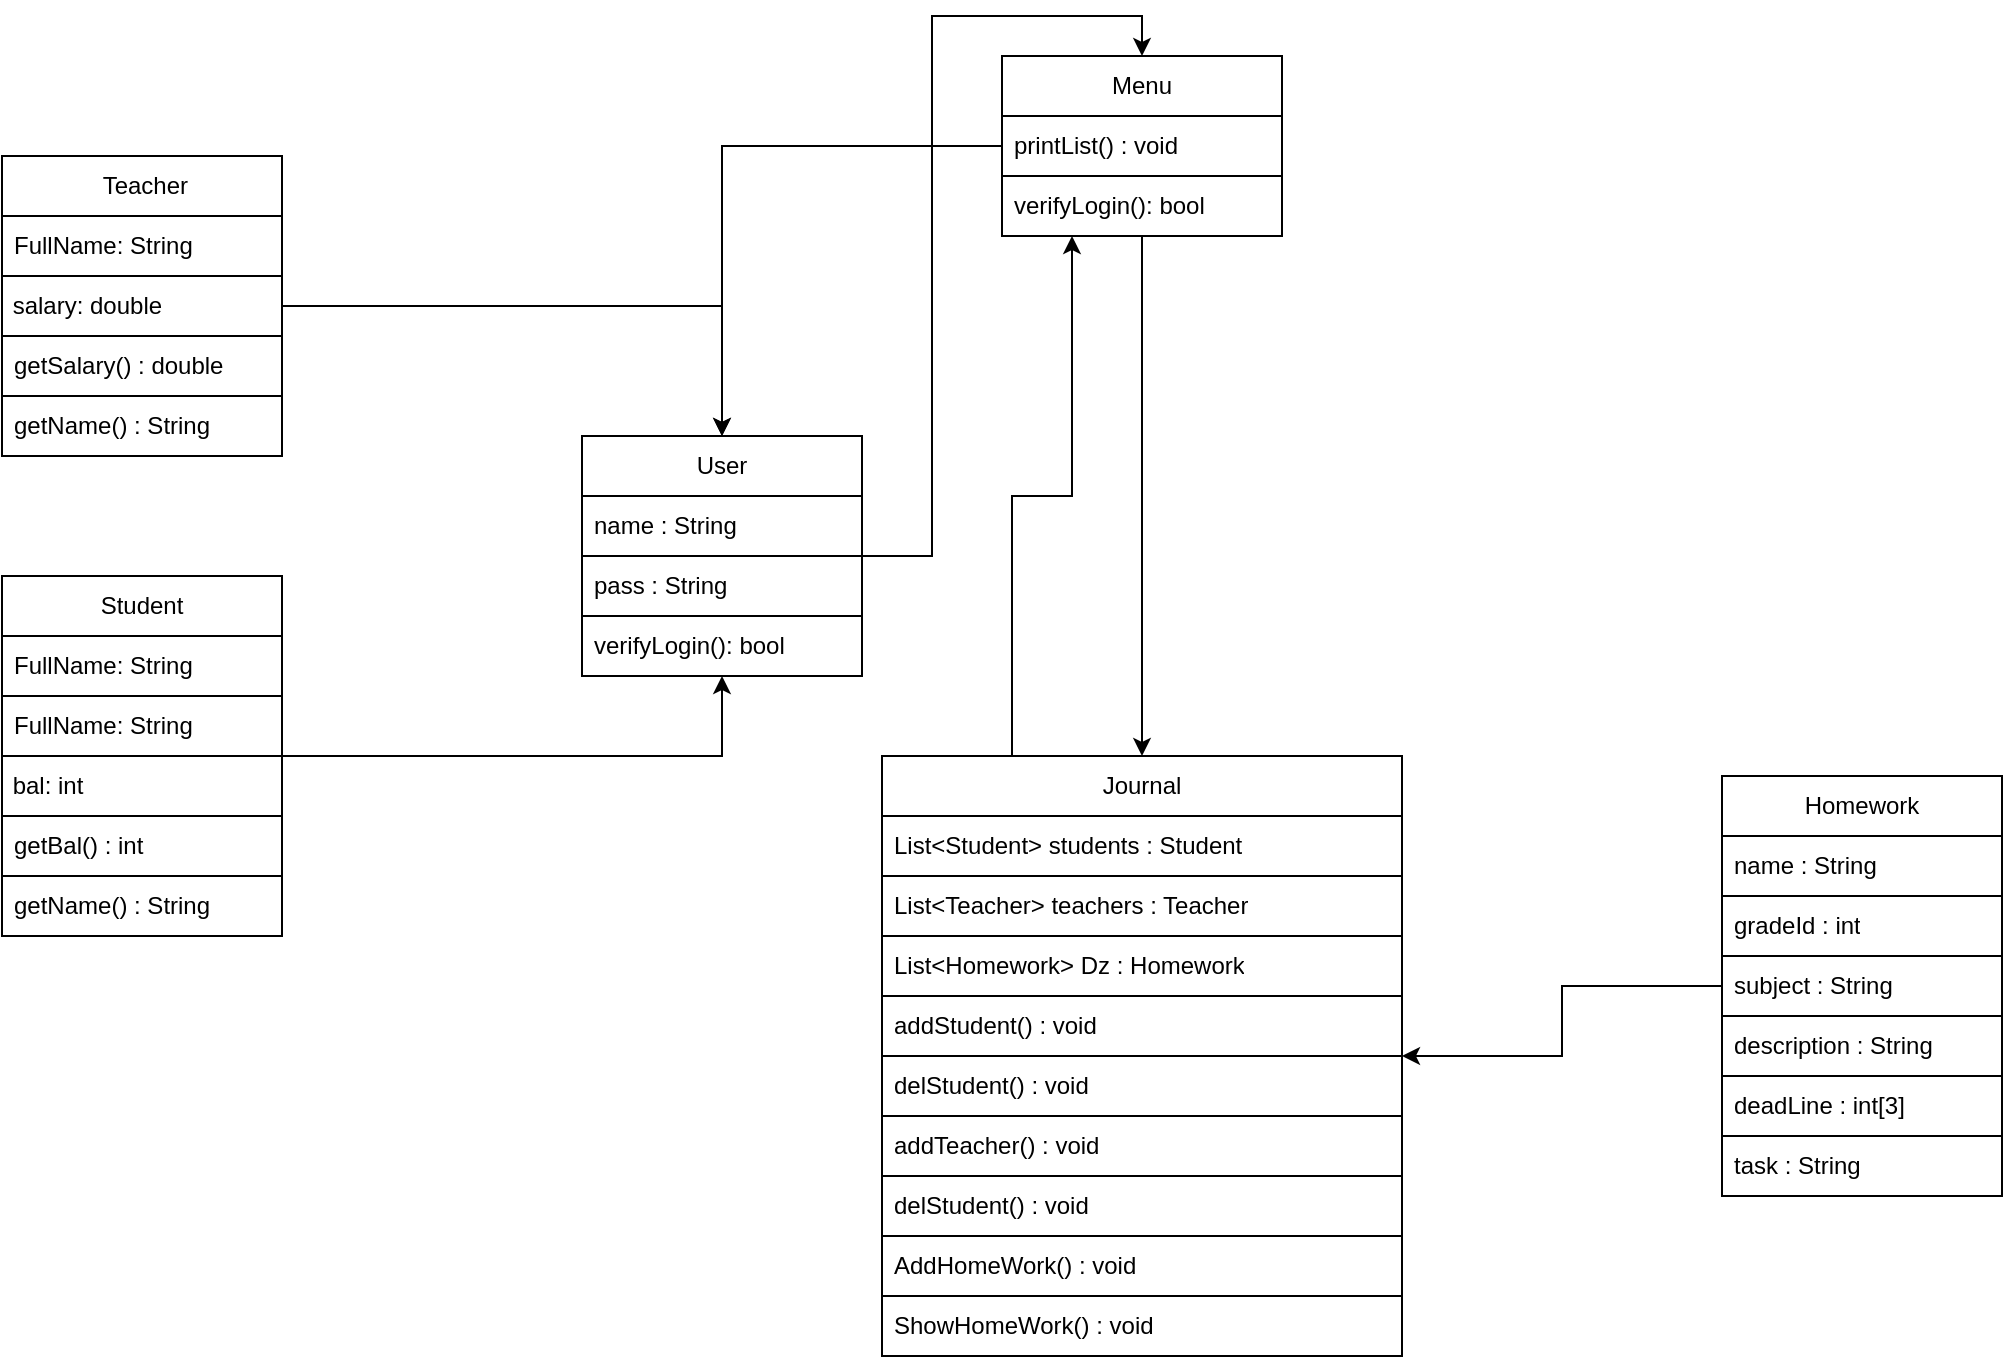
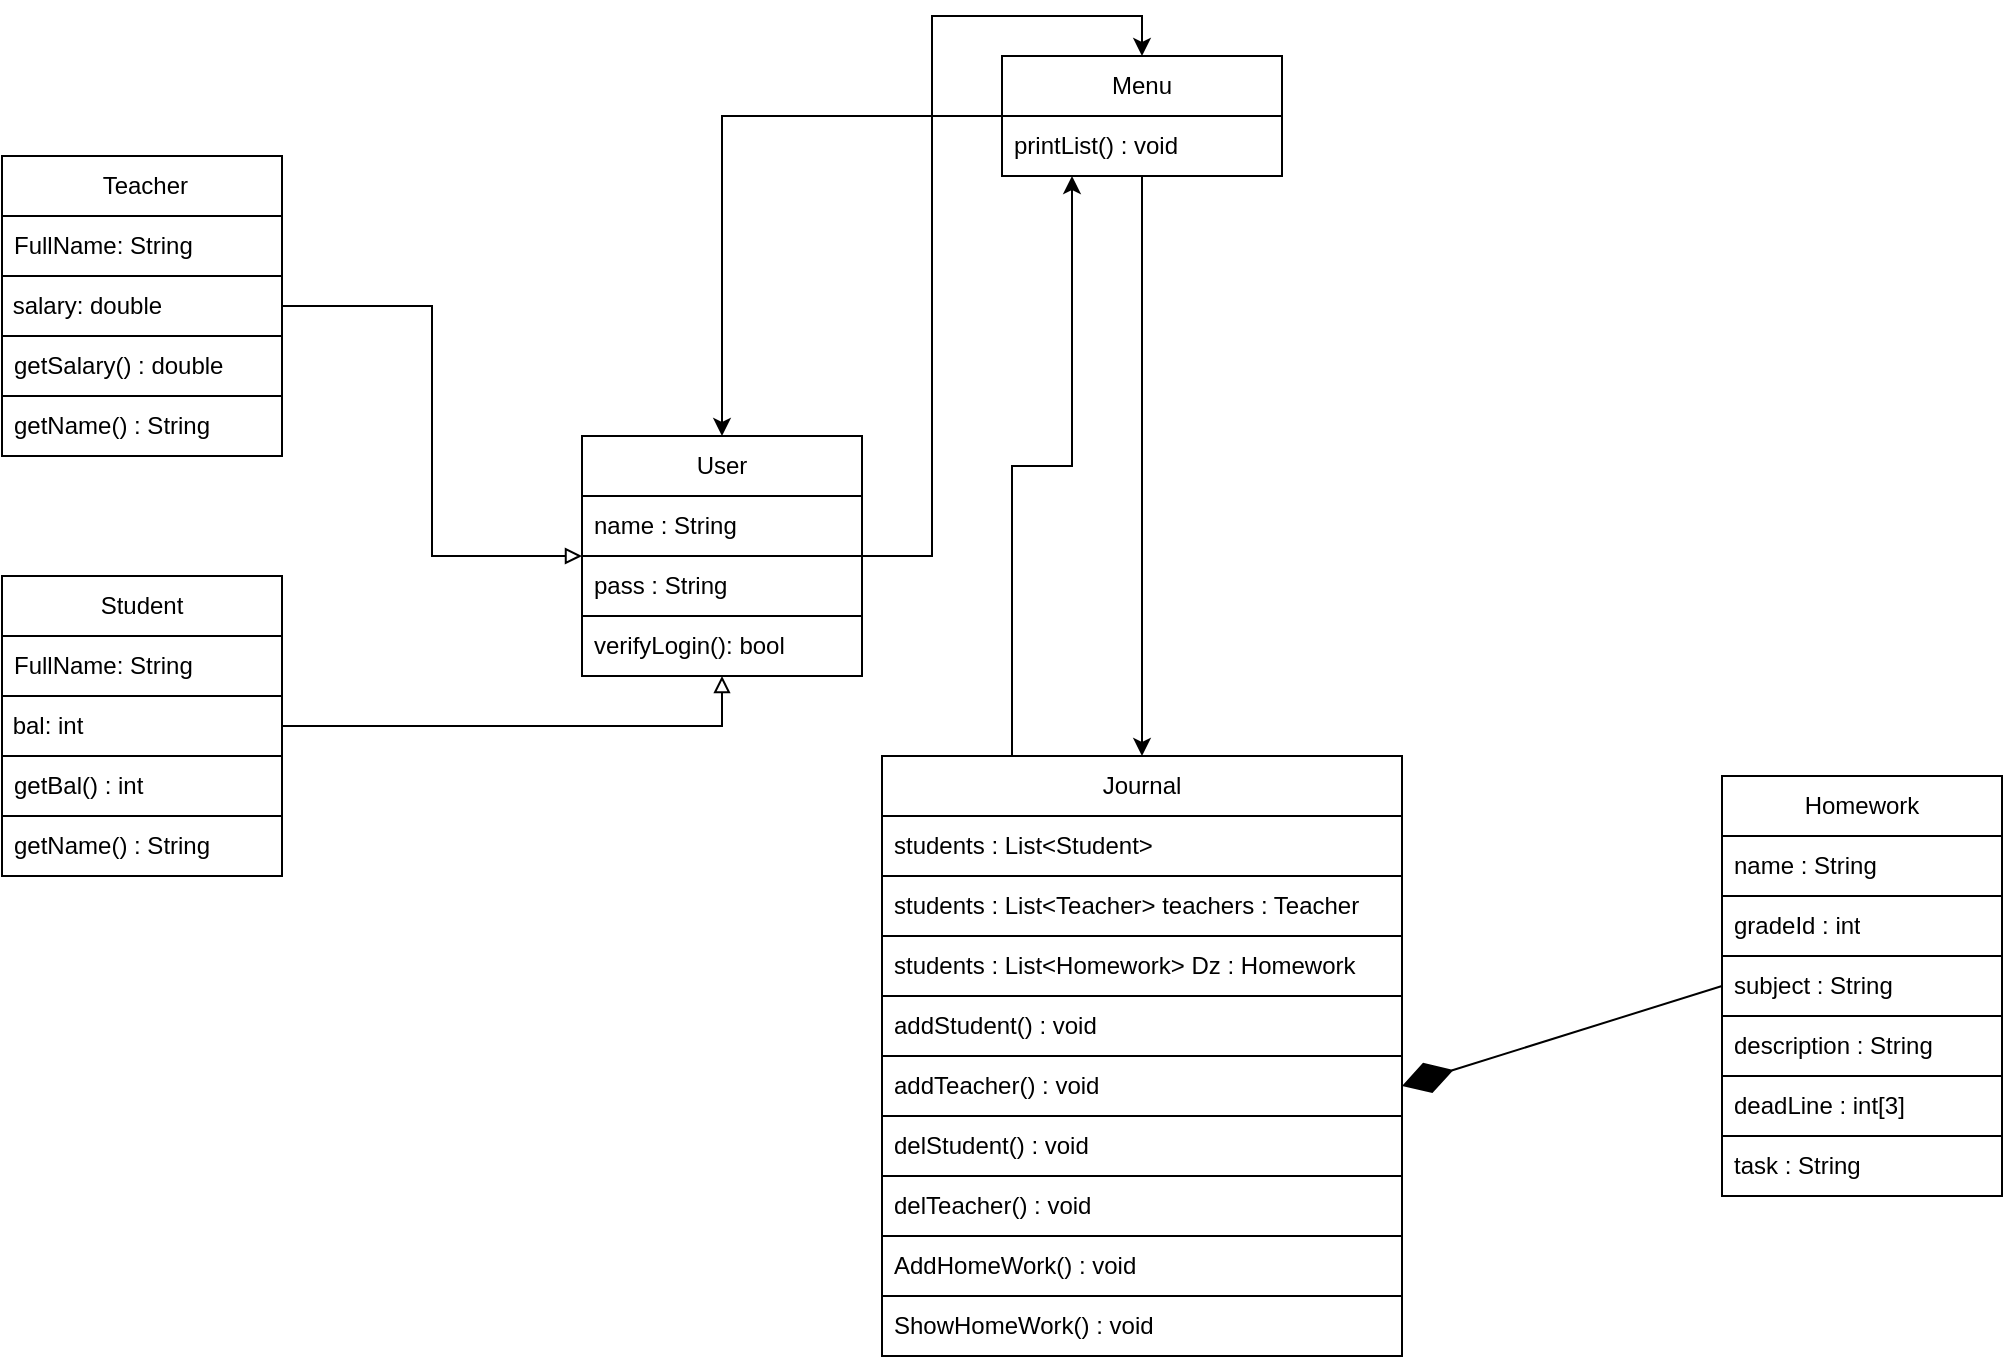
<mxfile host="app.diagrams.net" agent="Mozilla/5.0 (Windows NT 10.0; Win64; x64) AppleWebKit/537.36 (KHTML, like Gecko) Chrome/144.0.0.0 YaBrowser/26.3.0.0 Safari/537.36">
  <diagram name="Страница-1" id="uxawxyVBlgbyIQM6ajeT">
-     <mxGraphModel dx="1285" dy="720" grid="1" gridSize="10" guides="1" tooltips="1" connect="1" arrows="1" fold="1" page="1" pageScale="1" pageWidth="700" pageHeight="1000" math="0" shadow="0">
+     <mxGraphModel dx="1414" dy="751" grid="1" gridSize="10" guides="1" tooltips="1" connect="1" arrows="1" fold="1" page="1" pageScale="1" pageWidth="700" pageHeight="1000" math="0" shadow="0">
      <root>
        <mxCell id="0" />
        <mxCell id="1" parent="0" />
-         <mxCell id="8Yin8r3933yuqEZvRl84-29" edge="1" parent="1" source="GCuz6E3EBiHqZI_xGS0Z-3" style="edgeStyle=orthogonalEdgeStyle;rounded=0;orthogonalLoop=1;jettySize=auto;html=1;entryX=0.5;entryY=1;entryDx=0;entryDy=0;" target="GCuz6E3EBiHqZI_xGS0Z-32">
-           <mxGeometry relative="1" as="geometry" />
-         </mxCell>
        <mxCell id="GCuz6E3EBiHqZI_xGS0Z-3" parent="1" style="swimlane;fontStyle=0;childLayout=stackLayout;horizontal=1;startSize=30;horizontalStack=0;resizeParent=1;resizeParentMax=0;resizeLast=0;collapsible=1;marginBottom=0;whiteSpace=wrap;html=1;" value="Student" vertex="1">
-           <mxGeometry height="180" width="140" x="20" y="340" as="geometry">
+           <mxGeometry height="150" width="140" x="20" y="340" as="geometry">
            <mxRectangle height="30" width="90" x="370" y="200" as="alternateBounds" />
          </mxGeometry>
        </mxCell>
        <mxCell id="GCuz6E3EBiHqZI_xGS0Z-5" parent="GCuz6E3EBiHqZI_xGS0Z-3" style="text;strokeColor=default;fillColor=default;align=left;verticalAlign=middle;spacingLeft=4;spacingRight=4;overflow=hidden;points=[[0,0.5],[1,0.5]];portConstraint=eastwest;rotatable=0;whiteSpace=wrap;html=1;" value="FullName: String" vertex="1">
          <mxGeometry height="30" width="140" y="30" as="geometry" />
        </mxCell>
-         <mxCell id="8Yin8r3933yuqEZvRl84-34" parent="GCuz6E3EBiHqZI_xGS0Z-3" style="text;strokeColor=default;fillColor=default;align=left;verticalAlign=middle;spacingLeft=4;spacingRight=4;overflow=hidden;points=[[0,0.5],[1,0.5]];portConstraint=eastwest;rotatable=0;whiteSpace=wrap;html=1;" value="FullName: String" vertex="1">
+         <mxCell id="GCuz6E3EBiHqZI_xGS0Z-7" parent="GCuz6E3EBiHqZI_xGS0Z-3" style="text;html=1;whiteSpace=wrap;strokeColor=default;fillColor=default;align=left;verticalAlign=middle;rounded=0;" value="&lt;span style=&quot;&quot;&gt;&amp;nbsp;bal: int&lt;/span&gt;" vertex="1">
          <mxGeometry height="30" width="140" y="60" as="geometry" />
        </mxCell>
-         <mxCell id="GCuz6E3EBiHqZI_xGS0Z-7" parent="GCuz6E3EBiHqZI_xGS0Z-3" style="text;html=1;whiteSpace=wrap;strokeColor=default;fillColor=default;align=left;verticalAlign=middle;rounded=0;" value="&lt;span style=&quot;&quot;&gt;&amp;nbsp;bal: int&lt;/span&gt;" vertex="1">
+         <mxCell id="GCuz6E3EBiHqZI_xGS0Z-4" parent="GCuz6E3EBiHqZI_xGS0Z-3" style="text;strokeColor=default;fillColor=default;align=left;verticalAlign=middle;spacingLeft=4;spacingRight=4;overflow=hidden;points=[[0,0.5],[1,0.5]];portConstraint=eastwest;rotatable=0;whiteSpace=wrap;html=1;" value="getBal() : int" vertex="1">
          <mxGeometry height="30" width="140" y="90" as="geometry" />
        </mxCell>
-         <mxCell id="GCuz6E3EBiHqZI_xGS0Z-4" parent="GCuz6E3EBiHqZI_xGS0Z-3" style="text;strokeColor=default;fillColor=default;align=left;verticalAlign=middle;spacingLeft=4;spacingRight=4;overflow=hidden;points=[[0,0.5],[1,0.5]];portConstraint=eastwest;rotatable=0;whiteSpace=wrap;html=1;" value="getBal() : int" vertex="1">
+         <mxCell id="GCuz6E3EBiHqZI_xGS0Z-6" parent="GCuz6E3EBiHqZI_xGS0Z-3" style="text;strokeColor=default;fillColor=default;align=left;verticalAlign=middle;spacingLeft=4;spacingRight=4;overflow=hidden;points=[[0,0.5],[1,0.5]];portConstraint=eastwest;rotatable=0;whiteSpace=wrap;html=1;" value="getName() : String" vertex="1">
          <mxGeometry height="30" width="140" y="120" as="geometry" />
-         </mxCell>
-         <mxCell id="GCuz6E3EBiHqZI_xGS0Z-6" parent="GCuz6E3EBiHqZI_xGS0Z-3" style="text;strokeColor=default;fillColor=default;align=left;verticalAlign=middle;spacingLeft=4;spacingRight=4;overflow=hidden;points=[[0,0.5],[1,0.5]];portConstraint=eastwest;rotatable=0;whiteSpace=wrap;html=1;" value="getName() : String" vertex="1">
-           <mxGeometry height="30" width="140" y="150" as="geometry" />
        </mxCell>
        <mxCell id="8Yin8r3933yuqEZvRl84-43" edge="1" parent="1" source="GCuz6E3EBiHqZI_xGS0Z-8" style="edgeStyle=orthogonalEdgeStyle;rounded=0;orthogonalLoop=1;jettySize=auto;html=1;exitX=0.25;exitY=0;exitDx=0;exitDy=0;entryX=0.25;entryY=1;entryDx=0;entryDy=0;" target="GCuz6E3EBiHqZI_xGS0Z-16">
          <mxGeometry relative="1" as="geometry" />
        </mxCell>
        <mxCell id="GCuz6E3EBiHqZI_xGS0Z-8" parent="1" style="swimlane;fontStyle=0;childLayout=stackLayout;horizontal=1;startSize=30;horizontalStack=0;resizeParent=1;resizeParentMax=0;resizeLast=0;collapsible=1;marginBottom=0;whiteSpace=wrap;html=1;" value="Journal" vertex="1">
          <mxGeometry height="300" width="260" x="460" y="430" as="geometry" />
        </mxCell>
-         <mxCell id="GCuz6E3EBiHqZI_xGS0Z-9" parent="GCuz6E3EBiHqZI_xGS0Z-8" style="text;align=left;verticalAlign=middle;spacingLeft=4;spacingRight=4;overflow=hidden;points=[[0,0.5],[1,0.5]];portConstraint=eastwest;rotatable=0;whiteSpace=wrap;html=1;fillColor=default;strokeColor=default;" value="List&amp;lt;Student&amp;gt; students : Student" vertex="1">
+         <mxCell id="GCuz6E3EBiHqZI_xGS0Z-9" parent="GCuz6E3EBiHqZI_xGS0Z-8" style="text;align=left;verticalAlign=middle;spacingLeft=4;spacingRight=4;overflow=hidden;points=[[0,0.5],[1,0.5]];portConstraint=eastwest;rotatable=0;whiteSpace=wrap;html=1;fillColor=default;strokeColor=default;" value="students : List&amp;lt;Student&amp;gt;" vertex="1">
          <mxGeometry height="30" width="260" y="30" as="geometry" />
        </mxCell>
-         <mxCell id="8Yin8r3933yuqEZvRl84-10" parent="GCuz6E3EBiHqZI_xGS0Z-8" style="text;align=left;verticalAlign=middle;spacingLeft=4;spacingRight=4;overflow=hidden;points=[[0,0.5],[1,0.5]];portConstraint=eastwest;rotatable=0;whiteSpace=wrap;html=1;fillColor=default;strokeColor=default;" value="List&amp;lt;Teacher&amp;gt; teachers : Teacher" vertex="1">
+         <mxCell id="8Yin8r3933yuqEZvRl84-10" parent="GCuz6E3EBiHqZI_xGS0Z-8" style="text;align=left;verticalAlign=middle;spacingLeft=4;spacingRight=4;overflow=hidden;points=[[0,0.5],[1,0.5]];portConstraint=eastwest;rotatable=0;whiteSpace=wrap;html=1;fillColor=default;strokeColor=default;" value="students : List&amp;lt;Teacher&amp;gt; teachers : Teacher" vertex="1">
          <mxGeometry height="30" width="260" y="60" as="geometry" />
        </mxCell>
-         <mxCell id="8Yin8r3933yuqEZvRl84-49" parent="GCuz6E3EBiHqZI_xGS0Z-8" style="text;align=left;verticalAlign=middle;spacingLeft=4;spacingRight=4;overflow=hidden;points=[[0,0.5],[1,0.5]];portConstraint=eastwest;rotatable=0;whiteSpace=wrap;html=1;fillColor=default;strokeColor=default;" value="List&amp;lt;Homework&amp;gt; Dz : Homework" vertex="1">
+         <mxCell id="8Yin8r3933yuqEZvRl84-49" parent="GCuz6E3EBiHqZI_xGS0Z-8" style="text;align=left;verticalAlign=middle;spacingLeft=4;spacingRight=4;overflow=hidden;points=[[0,0.5],[1,0.5]];portConstraint=eastwest;rotatable=0;whiteSpace=wrap;html=1;fillColor=default;strokeColor=default;" value="students : List&amp;lt;Homework&amp;gt; Dz : Homework" vertex="1">
          <mxGeometry height="30" width="260" y="90" as="geometry" />
        </mxCell>
        <mxCell id="GCuz6E3EBiHqZI_xGS0Z-10" parent="GCuz6E3EBiHqZI_xGS0Z-8" style="text;strokeColor=default;fillColor=default;align=left;verticalAlign=middle;spacingLeft=4;spacingRight=4;overflow=hidden;points=[[0,0.5],[1,0.5]];portConstraint=eastwest;rotatable=0;whiteSpace=wrap;html=1;gradientColor=none;rounded=0;glass=0;shadow=0;strokeWidth=1;" value="addStudent() : void" vertex="1">
          <mxGeometry height="30" width="260" y="120" as="geometry" />
        </mxCell>
-         <mxCell id="GCuz6E3EBiHqZI_xGS0Z-11" parent="GCuz6E3EBiHqZI_xGS0Z-8" style="text;align=left;verticalAlign=middle;spacingLeft=4;spacingRight=4;overflow=hidden;points=[[0,0.5],[1,0.5]];portConstraint=eastwest;rotatable=0;whiteSpace=wrap;html=1;fillColor=default;strokeColor=default;" value="delStudent() : void" vertex="1">
+         <mxCell id="GCuz6E3EBiHqZI_xGS0Z-28" parent="GCuz6E3EBiHqZI_xGS0Z-8" style="text;strokeColor=default;fillColor=default;align=left;verticalAlign=middle;spacingLeft=4;spacingRight=4;overflow=hidden;points=[[0,0.5],[1,0.5]];portConstraint=eastwest;rotatable=0;whiteSpace=wrap;html=1;gradientColor=none;rounded=0;glass=0;shadow=0;strokeWidth=1;" value="addTeacher() : void" vertex="1">
          <mxGeometry height="30" width="260" y="150" as="geometry" />
        </mxCell>
-         <mxCell id="GCuz6E3EBiHqZI_xGS0Z-28" parent="GCuz6E3EBiHqZI_xGS0Z-8" style="text;strokeColor=default;fillColor=default;align=left;verticalAlign=middle;spacingLeft=4;spacingRight=4;overflow=hidden;points=[[0,0.5],[1,0.5]];portConstraint=eastwest;rotatable=0;whiteSpace=wrap;html=1;gradientColor=none;rounded=0;glass=0;shadow=0;strokeWidth=1;" value="addTeacher() : void" vertex="1">
+         <mxCell id="GCuz6E3EBiHqZI_xGS0Z-11" parent="GCuz6E3EBiHqZI_xGS0Z-8" style="text;align=left;verticalAlign=middle;spacingLeft=4;spacingRight=4;overflow=hidden;points=[[0,0.5],[1,0.5]];portConstraint=eastwest;rotatable=0;whiteSpace=wrap;html=1;fillColor=default;strokeColor=default;" value="delStudent() : void" vertex="1">
          <mxGeometry height="30" width="260" y="180" as="geometry" />
        </mxCell>
-         <mxCell id="GCuz6E3EBiHqZI_xGS0Z-29" parent="GCuz6E3EBiHqZI_xGS0Z-8" style="text;align=left;verticalAlign=middle;spacingLeft=4;spacingRight=4;overflow=hidden;points=[[0,0.5],[1,0.5]];portConstraint=eastwest;rotatable=0;whiteSpace=wrap;html=1;fillColor=default;strokeColor=default;" value="delStudent() : void" vertex="1">
+         <mxCell id="GCuz6E3EBiHqZI_xGS0Z-29" parent="GCuz6E3EBiHqZI_xGS0Z-8" style="text;align=left;verticalAlign=middle;spacingLeft=4;spacingRight=4;overflow=hidden;points=[[0,0.5],[1,0.5]];portConstraint=eastwest;rotatable=0;whiteSpace=wrap;html=1;fillColor=default;strokeColor=default;" value="delTeacher() : void" vertex="1">
          <mxGeometry height="30" width="260" y="210" as="geometry" />
        </mxCell>
        <mxCell id="8Yin8r3933yuqEZvRl84-33" parent="GCuz6E3EBiHqZI_xGS0Z-8" style="text;strokeColor=default;fillColor=default;align=left;verticalAlign=middle;spacingLeft=4;spacingRight=4;overflow=hidden;points=[[0,0.5],[1,0.5]];portConstraint=eastwest;rotatable=0;whiteSpace=wrap;html=1;" value="AddHomeWork() : void" vertex="1">
          <mxGeometry height="30" width="260" y="240" as="geometry" />
        </mxCell>
        <mxCell id="GCuz6E3EBiHqZI_xGS0Z-19" parent="GCuz6E3EBiHqZI_xGS0Z-8" style="text;strokeColor=default;fillColor=default;align=left;verticalAlign=middle;spacingLeft=4;spacingRight=4;overflow=hidden;points=[[0,0.5],[1,0.5]];portConstraint=eastwest;rotatable=0;whiteSpace=wrap;html=1;" value="ShowHomeWork() : void" vertex="1">
          <mxGeometry height="30" width="260" y="270" as="geometry" />
        </mxCell>
        <mxCell id="8Yin8r3933yuqEZvRl84-32" edge="1" parent="1" source="GCuz6E3EBiHqZI_xGS0Z-16" style="edgeStyle=orthogonalEdgeStyle;rounded=0;orthogonalLoop=1;jettySize=auto;html=1;entryX=0.5;entryY=0;entryDx=0;entryDy=0;" target="GCuz6E3EBiHqZI_xGS0Z-8">
          <mxGeometry relative="1" as="geometry" />
        </mxCell>
        <mxCell id="8Yin8r3933yuqEZvRl84-44" edge="1" parent="1" source="GCuz6E3EBiHqZI_xGS0Z-16" style="edgeStyle=orthogonalEdgeStyle;rounded=0;orthogonalLoop=1;jettySize=auto;html=1;entryX=0.5;entryY=0;entryDx=0;entryDy=0;" target="GCuz6E3EBiHqZI_xGS0Z-32">
          <mxGeometry relative="1" as="geometry" />
        </mxCell>
        <mxCell id="GCuz6E3EBiHqZI_xGS0Z-16" parent="1" style="swimlane;fontStyle=0;childLayout=stackLayout;horizontal=1;startSize=30;horizontalStack=0;resizeParent=1;resizeParentMax=0;resizeLast=0;collapsible=1;marginBottom=0;whiteSpace=wrap;html=1;" value="Menu" vertex="1">
-           <mxGeometry height="90" width="140" x="520" y="80" as="geometry" />
+           <mxGeometry height="60" width="140" x="520" y="80" as="geometry" />
        </mxCell>
        <mxCell id="GCuz6E3EBiHqZI_xGS0Z-17" parent="GCuz6E3EBiHqZI_xGS0Z-16" style="text;strokeColor=default;fillColor=default;align=left;verticalAlign=middle;spacingLeft=4;spacingRight=4;overflow=hidden;points=[[0,0.5],[1,0.5]];portConstraint=eastwest;rotatable=0;whiteSpace=wrap;html=1;" value="printList() : void" vertex="1">
          <mxGeometry height="30" width="140" y="30" as="geometry" />
-         </mxCell>
-         <mxCell id="GCuz6E3EBiHqZI_xGS0Z-18" parent="GCuz6E3EBiHqZI_xGS0Z-16" style="text;strokeColor=default;fillColor=default;align=left;verticalAlign=middle;spacingLeft=4;spacingRight=4;overflow=hidden;points=[[0,0.5],[1,0.5]];portConstraint=eastwest;rotatable=0;whiteSpace=wrap;html=1;" value="&lt;div&gt;&lt;span style=&quot;background-color: transparent; color: light-dark(rgb(0, 0, 0), rgb(255, 255, 255));&quot;&gt;verifyLogin(): bool&lt;/span&gt;&lt;/div&gt;" vertex="1">
-           <mxGeometry height="30" width="140" y="60" as="geometry" />
-         </mxCell>
-         <mxCell id="8Yin8r3933yuqEZvRl84-28" edge="1" parent="1" source="GCuz6E3EBiHqZI_xGS0Z-21" style="edgeStyle=orthogonalEdgeStyle;rounded=0;orthogonalLoop=1;jettySize=auto;html=1;entryX=0.5;entryY=0;entryDx=0;entryDy=0;" target="GCuz6E3EBiHqZI_xGS0Z-32">
-           <mxGeometry relative="1" as="geometry" />
        </mxCell>
        <mxCell id="GCuz6E3EBiHqZI_xGS0Z-21" parent="1" style="swimlane;fontStyle=0;childLayout=stackLayout;horizontal=1;startSize=30;horizontalStack=0;resizeParent=1;resizeParentMax=0;resizeLast=0;collapsible=1;marginBottom=0;whiteSpace=wrap;html=1;" value="&amp;nbsp;Teacher" vertex="1">
          <mxGeometry height="150" width="140" x="20" y="130" as="geometry">
            <mxRectangle height="30" width="90" x="370" y="200" as="alternateBounds" />
          </mxGeometry>
        </mxCell>
        <mxCell id="GCuz6E3EBiHqZI_xGS0Z-22" parent="GCuz6E3EBiHqZI_xGS0Z-21" style="text;strokeColor=default;fillColor=default;align=left;verticalAlign=middle;spacingLeft=4;spacingRight=4;overflow=hidden;points=[[0,0.5],[1,0.5]];portConstraint=eastwest;rotatable=0;whiteSpace=wrap;html=1;" value="FullName: String" vertex="1">
          <mxGeometry height="30" width="140" y="30" as="geometry" />
        </mxCell>
        <mxCell id="GCuz6E3EBiHqZI_xGS0Z-23" parent="GCuz6E3EBiHqZI_xGS0Z-21" style="text;html=1;whiteSpace=wrap;strokeColor=default;fillColor=default;align=left;verticalAlign=middle;rounded=0;" value="&lt;span style=&quot;&quot;&gt;&amp;nbsp;salary: double&lt;/span&gt;" vertex="1">
          <mxGeometry height="30" width="140" y="60" as="geometry" />
        </mxCell>
        <mxCell id="GCuz6E3EBiHqZI_xGS0Z-24" parent="GCuz6E3EBiHqZI_xGS0Z-21" style="text;strokeColor=default;fillColor=default;align=left;verticalAlign=middle;spacingLeft=4;spacingRight=4;overflow=hidden;points=[[0,0.5],[1,0.5]];portConstraint=eastwest;rotatable=0;whiteSpace=wrap;html=1;" value="getSalary() : double" vertex="1">
          <mxGeometry height="30" width="140" y="90" as="geometry" />
        </mxCell>
        <mxCell id="GCuz6E3EBiHqZI_xGS0Z-25" parent="GCuz6E3EBiHqZI_xGS0Z-21" style="text;strokeColor=default;fillColor=default;align=left;verticalAlign=middle;spacingLeft=4;spacingRight=4;overflow=hidden;points=[[0,0.5],[1,0.5]];portConstraint=eastwest;rotatable=0;whiteSpace=wrap;html=1;" value="getName() : String" vertex="1">
          <mxGeometry height="30" width="140" y="120" as="geometry" />
        </mxCell>
        <mxCell id="8Yin8r3933yuqEZvRl84-30" edge="1" parent="1" source="GCuz6E3EBiHqZI_xGS0Z-32" style="edgeStyle=orthogonalEdgeStyle;rounded=0;orthogonalLoop=1;jettySize=auto;html=1;entryX=0.5;entryY=0;entryDx=0;entryDy=0;" target="GCuz6E3EBiHqZI_xGS0Z-16">
          <mxGeometry relative="1" as="geometry" />
        </mxCell>
        <mxCell id="GCuz6E3EBiHqZI_xGS0Z-32" parent="1" style="swimlane;fontStyle=0;childLayout=stackLayout;horizontal=1;startSize=30;horizontalStack=0;resizeParent=1;resizeParentMax=0;resizeLast=0;collapsible=1;marginBottom=0;whiteSpace=wrap;html=1;" value="User" vertex="1">
          <mxGeometry height="120" width="140" x="310" y="270" as="geometry" />
        </mxCell>
        <mxCell id="GCuz6E3EBiHqZI_xGS0Z-33" parent="GCuz6E3EBiHqZI_xGS0Z-32" style="text;strokeColor=default;fillColor=default;align=left;verticalAlign=middle;spacingLeft=4;spacingRight=4;overflow=hidden;points=[[0,0.5],[1,0.5]];portConstraint=eastwest;rotatable=0;whiteSpace=wrap;html=1;" value="name : String" vertex="1">
          <mxGeometry height="30" width="140" y="30" as="geometry" />
        </mxCell>
        <mxCell id="GCuz6E3EBiHqZI_xGS0Z-34" parent="GCuz6E3EBiHqZI_xGS0Z-32" style="text;strokeColor=default;fillColor=default;align=left;verticalAlign=middle;spacingLeft=4;spacingRight=4;overflow=hidden;points=[[0,0.5],[1,0.5]];portConstraint=eastwest;rotatable=0;whiteSpace=wrap;html=1;" value="pass : String" vertex="1">
          <mxGeometry height="30" width="140" y="60" as="geometry" />
        </mxCell>
        <mxCell id="GCuz6E3EBiHqZI_xGS0Z-35" parent="GCuz6E3EBiHqZI_xGS0Z-32" style="text;strokeColor=default;fillColor=default;align=left;verticalAlign=middle;spacingLeft=4;spacingRight=4;overflow=hidden;points=[[0,0.5],[1,0.5]];portConstraint=eastwest;rotatable=0;whiteSpace=wrap;html=1;" value="verifyLogin(): bool" vertex="1">
          <mxGeometry height="30" width="140" y="90" as="geometry" />
        </mxCell>
-         <mxCell id="8Yin8r3933yuqEZvRl84-42" edge="1" parent="1" source="8Yin8r3933yuqEZvRl84-35" style="edgeStyle=orthogonalEdgeStyle;rounded=0;orthogonalLoop=1;jettySize=auto;html=1;" target="GCuz6E3EBiHqZI_xGS0Z-8">
-           <mxGeometry relative="1" as="geometry" />
-         </mxCell>
        <mxCell id="8Yin8r3933yuqEZvRl84-35" parent="1" style="swimlane;fontStyle=0;childLayout=stackLayout;horizontal=1;startSize=30;horizontalStack=0;resizeParent=1;resizeParentMax=0;resizeLast=0;collapsible=1;marginBottom=0;whiteSpace=wrap;html=1;" value="Homework" vertex="1">
          <mxGeometry height="210" width="140" x="880" y="440" as="geometry" />
        </mxCell>
        <mxCell id="8Yin8r3933yuqEZvRl84-36" parent="8Yin8r3933yuqEZvRl84-35" style="text;strokeColor=default;fillColor=default;align=left;verticalAlign=middle;spacingLeft=4;spacingRight=4;overflow=hidden;points=[[0,0.5],[1,0.5]];portConstraint=eastwest;rotatable=0;whiteSpace=wrap;html=1;" value="name : String" vertex="1">
          <mxGeometry height="30" width="140" y="30" as="geometry" />
        </mxCell>
        <mxCell id="8Yin8r3933yuqEZvRl84-37" parent="8Yin8r3933yuqEZvRl84-35" style="text;strokeColor=default;fillColor=default;align=left;verticalAlign=middle;spacingLeft=4;spacingRight=4;overflow=hidden;points=[[0,0.5],[1,0.5]];portConstraint=eastwest;rotatable=0;whiteSpace=wrap;html=1;" value="gradeId : int" vertex="1">
          <mxGeometry height="30" width="140" y="60" as="geometry" />
        </mxCell>
        <mxCell id="8Yin8r3933yuqEZvRl84-40" parent="8Yin8r3933yuqEZvRl84-35" style="text;strokeColor=default;fillColor=default;align=left;verticalAlign=middle;spacingLeft=4;spacingRight=4;overflow=hidden;points=[[0,0.5],[1,0.5]];portConstraint=eastwest;rotatable=0;whiteSpace=wrap;html=1;" value="subject&amp;nbsp;: String" vertex="1">
          <mxGeometry height="30" width="140" y="90" as="geometry" />
        </mxCell>
        <mxCell id="8Yin8r3933yuqEZvRl84-45" parent="8Yin8r3933yuqEZvRl84-35" style="text;strokeColor=default;fillColor=default;align=left;verticalAlign=middle;spacingLeft=4;spacingRight=4;overflow=hidden;points=[[0,0.5],[1,0.5]];portConstraint=eastwest;rotatable=0;whiteSpace=wrap;html=1;" value="description : String" vertex="1">
          <mxGeometry height="30" width="140" y="120" as="geometry" />
        </mxCell>
        <mxCell id="8Yin8r3933yuqEZvRl84-48" parent="8Yin8r3933yuqEZvRl84-35" style="text;strokeColor=default;fillColor=default;align=left;verticalAlign=middle;spacingLeft=4;spacingRight=4;overflow=hidden;points=[[0,0.5],[1,0.5]];portConstraint=eastwest;rotatable=0;whiteSpace=wrap;html=1;" value="deadLine : int[3]" vertex="1">
          <mxGeometry height="30" width="140" y="150" as="geometry" />
        </mxCell>
        <mxCell id="8Yin8r3933yuqEZvRl84-47" parent="8Yin8r3933yuqEZvRl84-35" style="text;strokeColor=default;fillColor=default;align=left;verticalAlign=middle;spacingLeft=4;spacingRight=4;overflow=hidden;points=[[0,0.5],[1,0.5]];portConstraint=eastwest;rotatable=0;whiteSpace=wrap;html=1;" value="task&amp;nbsp;: String" vertex="1">
          <mxGeometry height="30" width="140" y="180" as="geometry" />
        </mxCell>
+         <mxCell id="AdEmohMLdduJ9aqZZ4lc-1" edge="1" parent="1" source="8Yin8r3933yuqEZvRl84-35" style="endArrow=diamondThin;endFill=1;endSize=24;html=1;rounded=0;exitX=0;exitY=0.5;exitDx=0;exitDy=0;entryX=1;entryY=0.5;entryDx=0;entryDy=0;" target="GCuz6E3EBiHqZI_xGS0Z-28" value="">
+           <mxGeometry relative="1" width="160" as="geometry">
+             <mxPoint x="810" y="560" as="sourcePoint" />
+             <mxPoint x="970" y="560" as="targetPoint" />
+           </mxGeometry>
+         </mxCell>
+         <mxCell id="AdEmohMLdduJ9aqZZ4lc-4" edge="1" parent="1" source="GCuz6E3EBiHqZI_xGS0Z-23" style="edgeStyle=orthogonalEdgeStyle;rounded=0;orthogonalLoop=1;jettySize=auto;html=1;entryX=0;entryY=0.5;entryDx=0;entryDy=0;endArrow=block;endFill=0;" target="GCuz6E3EBiHqZI_xGS0Z-32">
+           <mxGeometry relative="1" as="geometry" />
+         </mxCell>
+         <mxCell id="AdEmohMLdduJ9aqZZ4lc-5" edge="1" parent="1" source="GCuz6E3EBiHqZI_xGS0Z-7" style="edgeStyle=orthogonalEdgeStyle;rounded=0;orthogonalLoop=1;jettySize=auto;html=1;entryX=0.5;entryY=1;entryDx=0;entryDy=0;endArrow=block;endFill=0;" target="GCuz6E3EBiHqZI_xGS0Z-32">
+           <mxGeometry relative="1" as="geometry" />
+         </mxCell>
      </root>
    </mxGraphModel>
  </diagram>
</mxfile>
